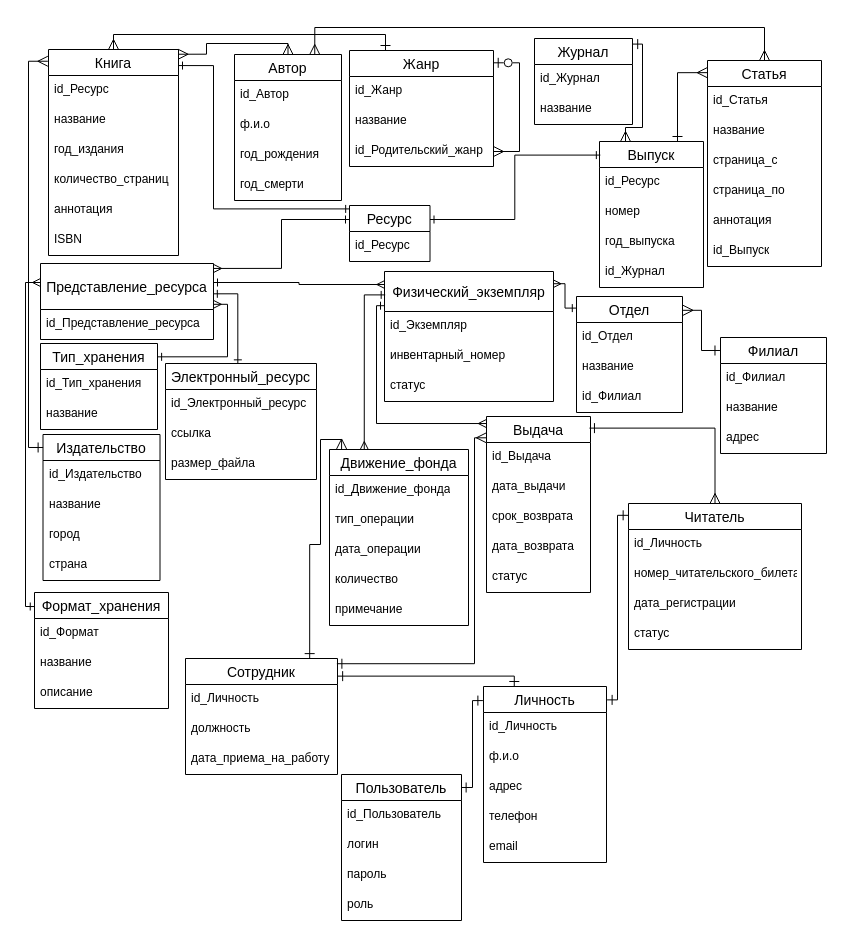
This is page "ER-Объединенная" (3 of 14) of db_design.drawio from Alivaros/Course_Project_DB, a draw.io file, before an edit. Source tidied: cells renumbered, new cells numbered last; positions are measured from the earlier drawing's top-left corner, leaving out a move shared by most shapes. Both pictures are drawn from the tidied source at 100%, with x=0, y=0 at pixel (25, 27).
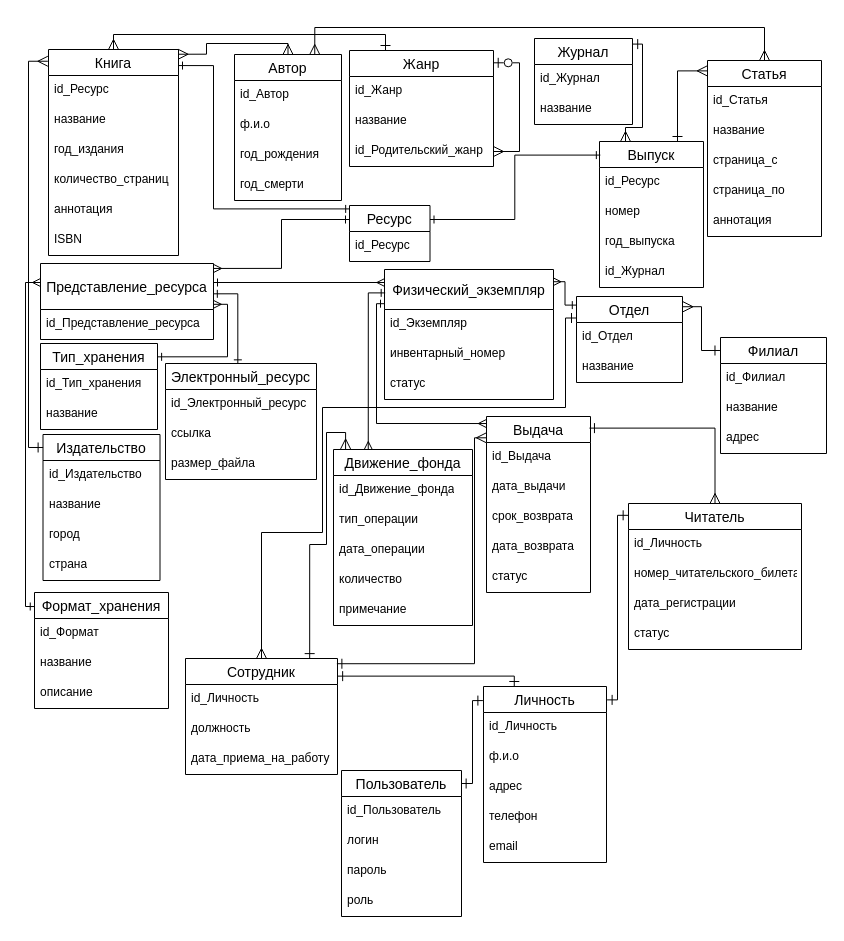
After the change.

The change refers to these unchanged cells:
```xml
<mxCell id="52" value="Сотрудник" style="swimlane;fontStyle=0;horizontal=1;startSize=26;align=center;fontSize=14;" parent="1" vertex="1">
  <mxGeometry x="160" y="631" width="152" height="116" as="geometry" />
</mxCell>
<mxCell id="62" value="Выдача" style="swimlane;fontStyle=0;horizontal=1;startSize=26;align=center;fontSize=14;" parent="1" vertex="1">
  <mxGeometry x="461" y="389" width="104" height="176" as="geometry" />
</mxCell>
```

Diff of the diagram source:
```diff
@@
     <mxCell id="32" value="Статья" style="swimlane;fontStyle=0;horizontal=1;startSize=26;align=center;fontSize=14;" parent="1" vertex="1">
-      <mxGeometry x="682" y="33" width="114" height="206" as="geometry" />
+      <mxGeometry x="682" y="33" width="114" height="176" as="geometry" />
     </mxCell>
@@
-    <mxCell id="38" value="id_Выпуск" style="text;strokeColor=none;fillColor=none;spacingLeft=4;spacingRight=4;overflow=hidden;fontSize=12;whiteSpace=wrap;html=1;" parent="32" vertex="1">
-      <mxGeometry y="176" width="114" height="30" as="geometry" />
-    </mxCell>
@@
     <mxCell id="43" value="Отдел" style="swimlane;fontStyle=0;horizontal=1;startSize=26;align=center;fontSize=14;" parent="1" vertex="1">
-      <mxGeometry x="551" y="269" width="106" height="116" as="geometry" />
+      <mxGeometry x="551" y="269" width="106" height="86" as="geometry" />
     </mxCell>
@@
-    <mxCell id="46" value="id_Филиал" style="text;strokeColor=none;fillColor=none;spacingLeft=4;spacingRight=4;overflow=hidden;fontSize=12;whiteSpace=wrap;html=1;" parent="43" vertex="1">
-      <mxGeometry y="86" width="106" height="30" as="geometry" />
-    </mxCell>
@@
     <mxCell id="56" value="Пользователь" style="swimlane;fontStyle=0;horizontal=1;startSize=26;align=center;fontSize=14;" parent="1" vertex="1">
-      <mxGeometry x="316" y="747" width="120" height="146" as="geometry" />
+      <mxGeometry x="316" y="743" width="120" height="146" as="geometry" />
     </mxCell>
@@
     <mxCell id="68" value="Движение_фонда" style="swimlane;fontStyle=0;horizontal=1;startSize=26;align=center;fontSize=14;" parent="1" vertex="1">
-      <mxGeometry x="304" y="422" width="139" height="176" as="geometry" />
+      <mxGeometry x="308" y="422" width="139" height="176" as="geometry" />
     </mxCell>
@@
     <mxCell id="87" style="edgeStyle=orthogonalEdgeStyle;fontSize=12;html=1;endArrow=ERone;startArrow=ERmany;rounded=0;startSize=8;endSize=8;endFill=0;exitX=0.087;exitY=-0.003;exitDx=0;exitDy=0;entryX=0.817;entryY=0.001;entryDx=0;entryDy=0;entryPerimeter=0;exitPerimeter=0;" parent="1" edge="1" source="68" target="52">
       <mxGeometry relative="1" as="geometry">
         <Array as="points">
-          <mxPoint x="316" y="412" />
-          <mxPoint x="295" y="412" />
-          <mxPoint x="295" y="517" />
+          <mxPoint x="320" y="405" />
+          <mxPoint x="301" y="405" />
+          <mxPoint x="301" y="517" />
           <mxPoint x="284" y="517" />
         </Array>
       </mxGeometry>
     </mxCell>
@@
     <mxCell id="98" value="Физический_экземпляр" style="swimlane;fontStyle=0;horizontal=1;startSize=40;align=center;fontSize=14;" parent="1" vertex="1">
-      <mxGeometry x="359" y="244" width="169" height="130" as="geometry" />
+      <mxGeometry x="359" y="242" width="169" height="130" as="geometry" />
     </mxCell>
@@
     <mxCell id="120" style="edgeStyle=orthogonalEdgeStyle;fontSize=12;html=1;endArrow=ERmany;endFill=0;rounded=0;startArrow=ERone;startFill=0;entryX=-0.002;entryY=0.04;entryDx=0;entryDy=0;entryPerimeter=0;exitX=0;exitY=0.263;exitDx=0;exitDy=0;exitPerimeter=0;" parent="1" edge="1" source="98" target="62">
       <mxGeometry relative="1" as="geometry">
         <Array as="points">
-          <mxPoint x="351" y="278" />
+          <mxPoint x="351" y="276" />
           <mxPoint x="351" y="396" />
         </Array>
       </mxGeometry>
     </mxCell>
@@
+    <mxCell id="122" style="edgeStyle=orthogonalEdgeStyle;fontSize=9;html=1;endArrow=ERone;rounded=0;startSize=8;endSize=8;startArrow=ERmany;startFill=0;endFill=0;entryX=0;entryY=0.25;entryDx=0;entryDy=0;exitX=0.5;exitY=0;exitDx=0;exitDy=0;" parent="1" edge="1" source="52" target="43">
+      <mxGeometry relative="1" as="geometry">
+        <Array as="points">
+          <mxPoint x="236" y="505" />
+          <mxPoint x="297" y="505" />
+          <mxPoint x="297" y="380" />
+          <mxPoint x="540" y="380" />
+          <mxPoint x="540" y="291" />
+        </Array>
+      </mxGeometry>
+    </mxCell>
```
